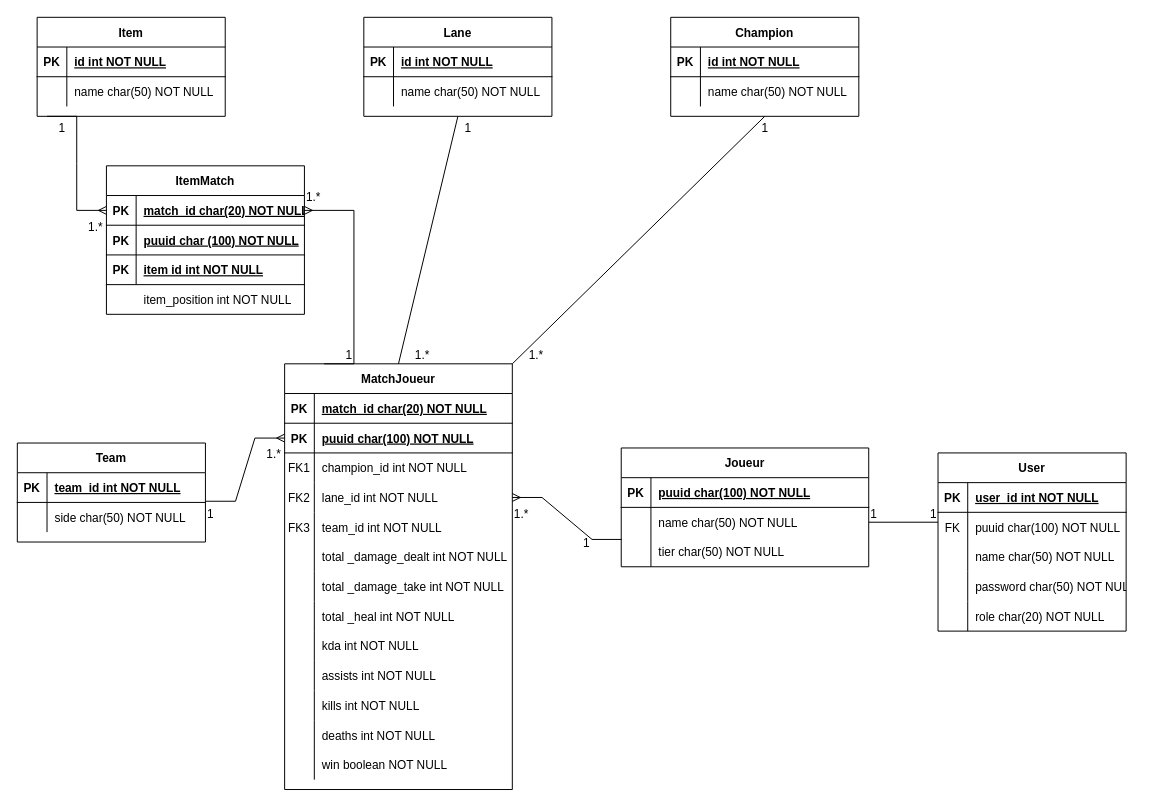
Before: Image Prod/Diagramme de donnees.drawio in Niyo-D-JC/HelpWork, a draw.io diagram. Source tidied: cells renumbered, new cells numbered last; positions are measured from the earlier drawing's top-left corner, leaving out a move shared by most shapes. Both pictures are drawn from the tidied source at 99%, with x=0, y=0 at pixel (17, 17).
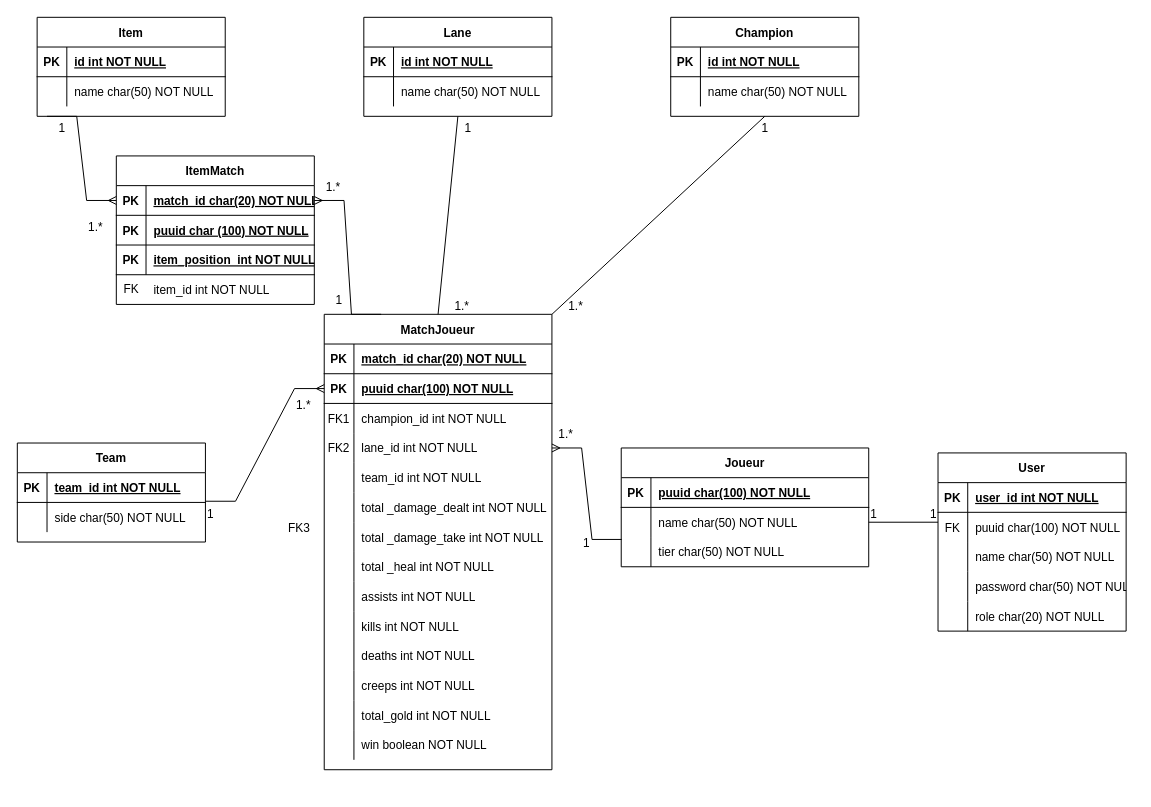
Above is the later version.

Commit message:
Mettre à jour Diagramme de donnees.drawio

The change refers to these unchanged cells:
```xml
<mxCell id="110" style="shape=partialRectangle;fillColor=none;points=[[0,0.5],[1,0.5]];portConstraint=eastwest;top=0;left=0;right=0;bottom=1;" parent="109" vertex="1">
  <mxGeometry y="30" width="200" height="30" as="geometry" />
</mxCell>
<mxCell id="116" style="shape=partialRectangle;fillColor=none;top=0;left=0;right=0;bottom=1;" parent="109" vertex="1">
  <mxGeometry y="90" width="200" height="30" as="geometry" />
</mxCell>
```

The edit, as a diff of the source:
```diff
@@
     <mxCell id="59" value="MatchJoueur" style="shape=table;startSize=30;childLayout=tableLayout;rowLines=0;fontStyle=1;align=center;" parent="1" vertex="1">
-      <mxGeometry x="270" y="350" width="230" height="430" as="geometry" />
+      <mxGeometry x="310" y="300" width="230" height="460" as="geometry" />
     </mxCell>
@@
-    <mxCell id="84" style="shape=partialRectangle;fillColor=none;top=0;left=0;right=0;bottom=0;" parent="59" vertex="1">
-      <mxGeometry y="270" width="230" height="30" as="geometry" />
-    </mxCell>
-    <mxCell id="85" style="shape=partialRectangle;overflow=hidden;fillColor=none;top=0;left=0;bottom=0;right=0;" parent="84" vertex="1">
-      <mxGeometry width="30" height="30" as="geometry" />
-    </mxCell>
-    <mxCell id="86" value="kda int NOT NULL" style="shape=partialRectangle;overflow=hidden;fillColor=none;top=0;left=0;bottom=0;right=0;align=left;spacingLeft=6;" parent="84" vertex="1">
-      <mxGeometry x="30" width="200" height="30" as="geometry" />
-    </mxCell>
     <mxCell id="87" style="shape=partialRectangle;fillColor=none;top=0;left=0;right=0;bottom=0;" parent="59" vertex="1">
-      <mxGeometry y="300" width="230" height="30" as="geometry" />
+      <mxGeometry y="270" width="230" height="30" as="geometry" />
     </mxCell>
@@
     <mxCell id="90" style="shape=partialRectangle;fillColor=none;top=0;left=0;right=0;bottom=0;" parent="59" vertex="1">
-      <mxGeometry y="330" width="230" height="30" as="geometry" />
+      <mxGeometry y="300" width="230" height="30" as="geometry" />
     </mxCell>
@@
     <mxCell id="93" style="shape=partialRectangle;fillColor=none;top=0;left=0;right=0;bottom=0;" parent="59" vertex="1">
-      <mxGeometry y="360" width="230" height="30" as="geometry" />
+      <mxGeometry y="330" width="230" height="30" as="geometry" />
     </mxCell>
@@
+    <mxCell id="129" style="shape=partialRectangle;fillColor=none;top=0;left=0;right=0;bottom=0;" parent="59" vertex="1">
+      <mxGeometry y="360" width="230" height="30" as="geometry" />
+    </mxCell>
+    <mxCell id="130" style="shape=partialRectangle;overflow=hidden;fillColor=none;top=0;left=0;bottom=0;right=0;" parent="129" vertex="1">
+      <mxGeometry width="30" height="30" as="geometry" />
+    </mxCell>
+    <mxCell id="131" value="creeps int NOT NULL" style="shape=partialRectangle;overflow=hidden;fillColor=none;top=0;left=0;bottom=0;right=0;align=left;spacingLeft=6;" parent="129" vertex="1">
+      <mxGeometry x="30" width="200" height="30" as="geometry" />
+    </mxCell>
+    <mxCell id="132" style="shape=partialRectangle;fillColor=none;top=0;left=0;right=0;bottom=0;" parent="59" vertex="1">
+      <mxGeometry y="390" width="230" height="30" as="geometry" />
+    </mxCell>
+    <mxCell id="133" style="shape=partialRectangle;overflow=hidden;fillColor=none;top=0;left=0;bottom=0;right=0;" parent="132" vertex="1">
+      <mxGeometry width="30" height="30" as="geometry" />
+    </mxCell>
+    <mxCell id="134" value="total_gold int NOT NULL" style="shape=partialRectangle;overflow=hidden;fillColor=none;top=0;left=0;bottom=0;right=0;align=left;spacingLeft=6;" parent="132" vertex="1">
+      <mxGeometry x="30" width="200" height="30" as="geometry" />
+    </mxCell>
     <mxCell id="96" style="shape=partialRectangle;fillColor=none;top=0;left=0;right=0;bottom=0;" parent="59" vertex="1">
-      <mxGeometry y="390" width="230" height="30" as="geometry" />
+      <mxGeometry y="420" width="230" height="30" as="geometry" />
     </mxCell>
@@
-    <mxCell id="107" style="edgeStyle=entityRelationEdgeStyle;fontSize=12;html=1;endArrow=ERmany;rounded=0;entryX=1;entryY=0.5;entryDx=0;entryDy=0;" parent="1" edge="1" target="110">
+    <mxCell id="107" style="edgeStyle=entityRelationEdgeStyle;fontSize=12;html=1;endArrow=ERmany;rounded=0;entryX=1;entryY=0.5;entryDx=0;entryDy=0;exitX=0.25;exitY=0;exitDx=0;exitDy=0;" parent="1" edge="1" source="59" target="110">
       <mxGeometry relative="1" as="geometry">
-        <mxPoint x="310" y="350" as="sourcePoint" />
         <Array as="points">
+          <mxPoint x="340" y="290" />
+          <mxPoint x="335" y="300" />
           <mxPoint x="310" y="310" />
           <mxPoint x="340" y="260" />
           <mxPoint x="340" y="260" />
           <mxPoint x="328" y="290" />
           <mxPoint x="340" y="330" />
         </Array>
       </mxGeometry>
     </mxCell>
@@
     <mxCell id="109" value="ItemMatch" style="shape=table;startSize=30;childLayout=tableLayout;rowLines=0;fontStyle=1;align=center;" parent="1" vertex="1">
-      <mxGeometry x="90" y="150" width="200" height="150" as="geometry" />
+      <mxGeometry x="100" y="140" width="200" height="150" as="geometry" />
     </mxCell>
@@
-    <mxCell id="118" value="item id int NOT NULL " style="shape=partialRectangle;overflow=hidden;fillColor=none;top=0;left=0;bottom=0;right=0;align=left;spacingLeft=6;fontStyle=5;" parent="116" vertex="1">
+    <mxCell id="118" value="item_position  int NOT NULL " style="shape=partialRectangle;overflow=hidden;fillColor=none;top=0;left=0;bottom=0;right=0;align=left;spacingLeft=6;fontStyle=5;" parent="116" vertex="1">
       <mxGeometry x="30" width="170" height="30" as="geometry" />
     </mxCell>
-    <mxCell id="119" value="1.*" style="html=1;whiteSpace=wrap;align=left;verticalAlign=bottom;" parent="1" vertex="1">
-      <mxGeometry x="290" y="190" as="geometry" />
+    <mxCell id="119" value="1.*" style="html=1;whiteSpace=wrap;align=left;verticalAlign=bottom;rotation=0;" parent="1" vertex="1">
+      <mxGeometry x="310" y="180" as="geometry" />
     </mxCell>
@@
     <mxCell id="121" value="1.*" style="html=1;whiteSpace=wrap;align=left;verticalAlign=bottom;" parent="1" vertex="1">
-      <mxGeometry x="250" y="450" as="geometry" />
+      <mxGeometry x="280" y="400" as="geometry" />
     </mxCell>
     <mxCell id="122" value="1.*" style="html=1;whiteSpace=wrap;align=left;verticalAlign=bottom;" parent="1" vertex="1">
-      <mxGeometry x="500" y="510" as="geometry" />
+      <mxGeometry x="515" y="435" as="geometry">
+        <mxPoint x="30" y="-6" as="offset" />
+      </mxGeometry>
     </mxCell>
@@
     <mxCell id="125" value="1" style="html=1;whiteSpace=wrap;align=left;verticalAlign=bottom;" parent="1" vertex="1">
-      <mxGeometry x="330" y="350" as="geometry" />
+      <mxGeometry x="345" y="350" as="geometry">
+        <mxPoint x="-25" y="-56" as="offset" />
+      </mxGeometry>
     </mxCell>
@@
-    <mxCell id="128" value="item_position int NOT NULL" style="shape=partialRectangle;overflow=hidden;fillColor=none;top=0;left=0;bottom=0;right=0;align=left;spacingLeft=6;" parent="1" vertex="1">
-      <mxGeometry x="120" y="270" width="160" height="30" as="geometry" />
+    <mxCell id="128" value="item_id int NOT NULL" style="shape=partialRectangle;overflow=hidden;fillColor=none;top=0;left=0;bottom=0;right=0;align=left;spacingLeft=6;" parent="1" vertex="1">
+      <mxGeometry x="130" y="260" width="160" height="30" as="geometry" />
     </mxCell>
+    <mxCell id="135" value="FK" style="text;html=1;align=center;verticalAlign=middle;strokeColor=none;fillColor=none;" parent="1" vertex="1">
+      <mxGeometry x="95" y="260" width="40" height="30" as="geometry" />
+    </mxCell>
```
